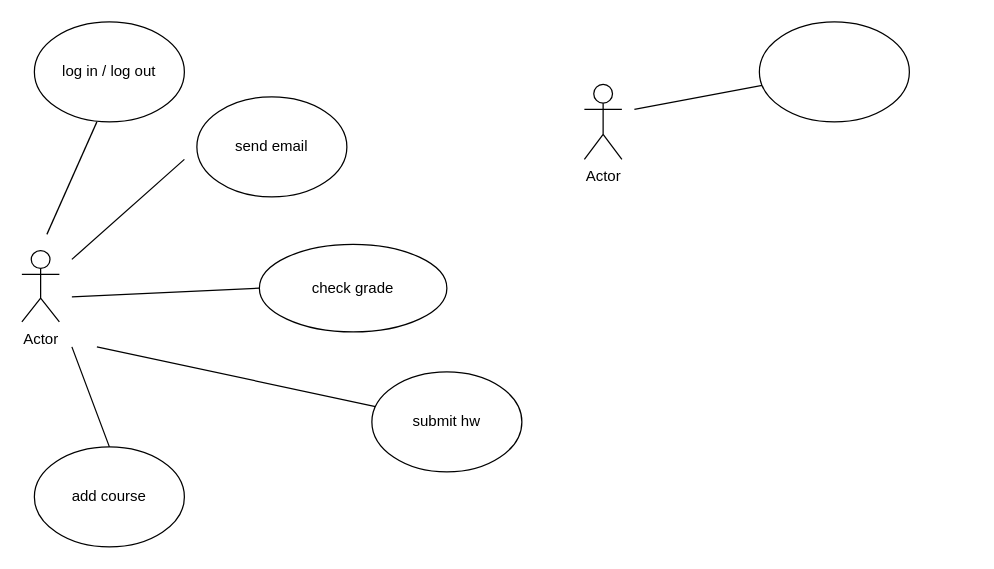
The draw.io diagram Untitled Diagram.drawio in haris8/use_case, before the edit. Source tidied: cells renumbered, new cells numbered last; positions are measured from the earlier drawing's top-left corner, leaving out a move shared by most shapes. Both pictures are drawn from the tidied source at 125%, with x=0, y=0 at pixel (21, 21).
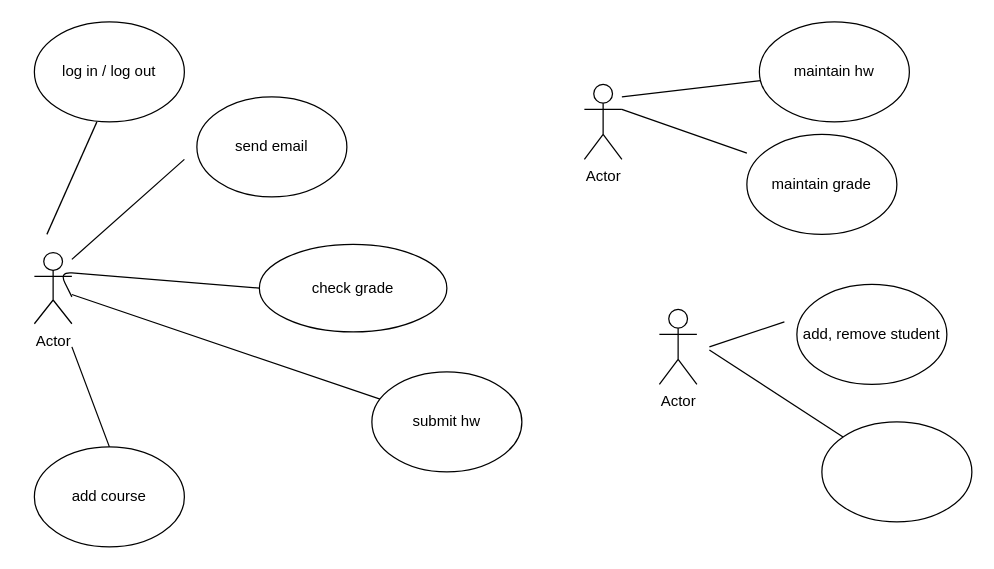
Above is the later version.

Unchanged cells that the change refers to:
```xml
<mxCell id="3" value="check grade" style="ellipse;whiteSpace=wrap;html=1;" parent="1" vertex="1">
  <mxGeometry x="190" y="178" width="150" height="70" as="geometry" />
</mxCell>
<mxCell id="6" value="submit hw" style="ellipse;whiteSpace=wrap;html=1;" parent="1" vertex="1">
  <mxGeometry x="280" y="280" width="120" height="80" as="geometry" />
</mxCell>
<mxCell id="12" value="Actor" style="shape=umlActor;verticalLabelPosition=bottom;labelBackgroundColor=#ffffff;verticalAlign=top;html=1;outlineConnect=0;" parent="1" vertex="1">
  <mxGeometry x="450" y="50" width="30" height="60" as="geometry" />
</mxCell>
```

Diff of the diagram source:
```diff
@@
     <mxCell id="2" value="Actor" style="shape=umlActor;verticalLabelPosition=bottom;labelBackgroundColor=#ffffff;verticalAlign=top;html=1;outlineConnect=0;" parent="1" vertex="1">
-      <mxGeometry y="183" width="30" height="57" as="geometry" />
+      <mxGeometry x="10" y="184.5" width="30" height="57" as="geometry" />
     </mxCell>
@@
     <mxCell id="4" style="endArrow=none;html=1;entryX=0;entryY=0.5;entryDx=0;entryDy=0;" parent="1" edge="1" target="3">
       <mxGeometry relative="1" as="geometry">
         <mxPoint x="40" y="220" as="sourcePoint" />
+        <Array as="points">
+          <mxPoint x="30" y="200" />
+        </Array>
       </mxGeometry>
     </mxCell>
-    <mxCell id="5" style="endArrow=none;html=1;" parent="1" edge="1" target="6">
-      <mxGeometry relative="1" as="geometry">
-        <mxPoint x="60" y="260" as="sourcePoint" />
-      </mxGeometry>
+    <mxCell id="5" style="endArrow=none;html=1;" parent="1" edge="1" source="2" target="6">
+      <mxGeometry relative="1" as="geometry" />
     </mxCell>
@@
-    <mxCell id="14" style="endArrow=none;html=1;" parent="1" edge="1" target="15">
+    <mxCell id="14" style="endArrow=none;html=1;" parent="1" edge="1" source="12" target="15">
       <mxGeometry relative="1" as="geometry">
-        <mxPoint x="490" y="70" as="sourcePoint" />
+        <Array as="points">
+          <mxPoint x="480" y="60" />
+        </Array>
       </mxGeometry>
     </mxCell>
-    <mxCell id="15" style="ellipse;whiteSpace=wrap;html=1;" parent="1" vertex="1">
+    <mxCell id="15" value="maintain hw" style="ellipse;whiteSpace=wrap;html=1;" parent="1" vertex="1">
       <mxGeometry x="590" width="120" height="80" as="geometry" />
     </mxCell>
+    <mxCell id="16" value="add, remove student" style="ellipse;whiteSpace=wrap;html=1;" parent="1" vertex="1">
+      <mxGeometry x="620" y="210" width="120" height="80" as="geometry" />
+    </mxCell>
+    <mxCell id="17" value="Actor" style="shape=umlActor;verticalLabelPosition=bottom;labelBackgroundColor=#ffffff;verticalAlign=top;html=1;" parent="1" vertex="1">
+      <mxGeometry x="510" y="230" width="30" height="60" as="geometry" />
+    </mxCell>
+    <mxCell id="18" style="endArrow=none;html=1;" parent="1" edge="1" target="19">
+      <mxGeometry relative="1" as="geometry">
+        <mxPoint x="550" y="262.5" as="sourcePoint" />
+      </mxGeometry>
+    </mxCell>
+    <mxCell id="19" style="ellipse;whiteSpace=wrap;html=1;" parent="1" vertex="1">
+      <mxGeometry x="640" y="320" width="120" height="80" as="geometry" />
+    </mxCell>
+    <mxCell id="20" style="endArrow=none;html=1;" parent="1" edge="1">
+      <mxGeometry relative="1" as="geometry">
+        <mxPoint x="550" y="260" as="sourcePoint" />
+        <mxPoint x="610" y="240" as="targetPoint" />
+      </mxGeometry>
+    </mxCell>
+    <mxCell id="21" value="maintain grade" style="ellipse;whiteSpace=wrap;html=1;" parent="1" vertex="1">
+      <mxGeometry x="580" y="90" width="120" height="80" as="geometry" />
+    </mxCell>
+    <mxCell id="22" style="endArrow=none;html=1;exitX=1;exitY=0.3333333333333333;exitDx=0;exitDy=0;exitPerimeter=0;" parent="1" edge="1" source="12">
+      <mxGeometry relative="1" as="geometry">
+        <mxPoint x="580" y="105" as="targetPoint" />
+      </mxGeometry>
+    </mxCell>
```
